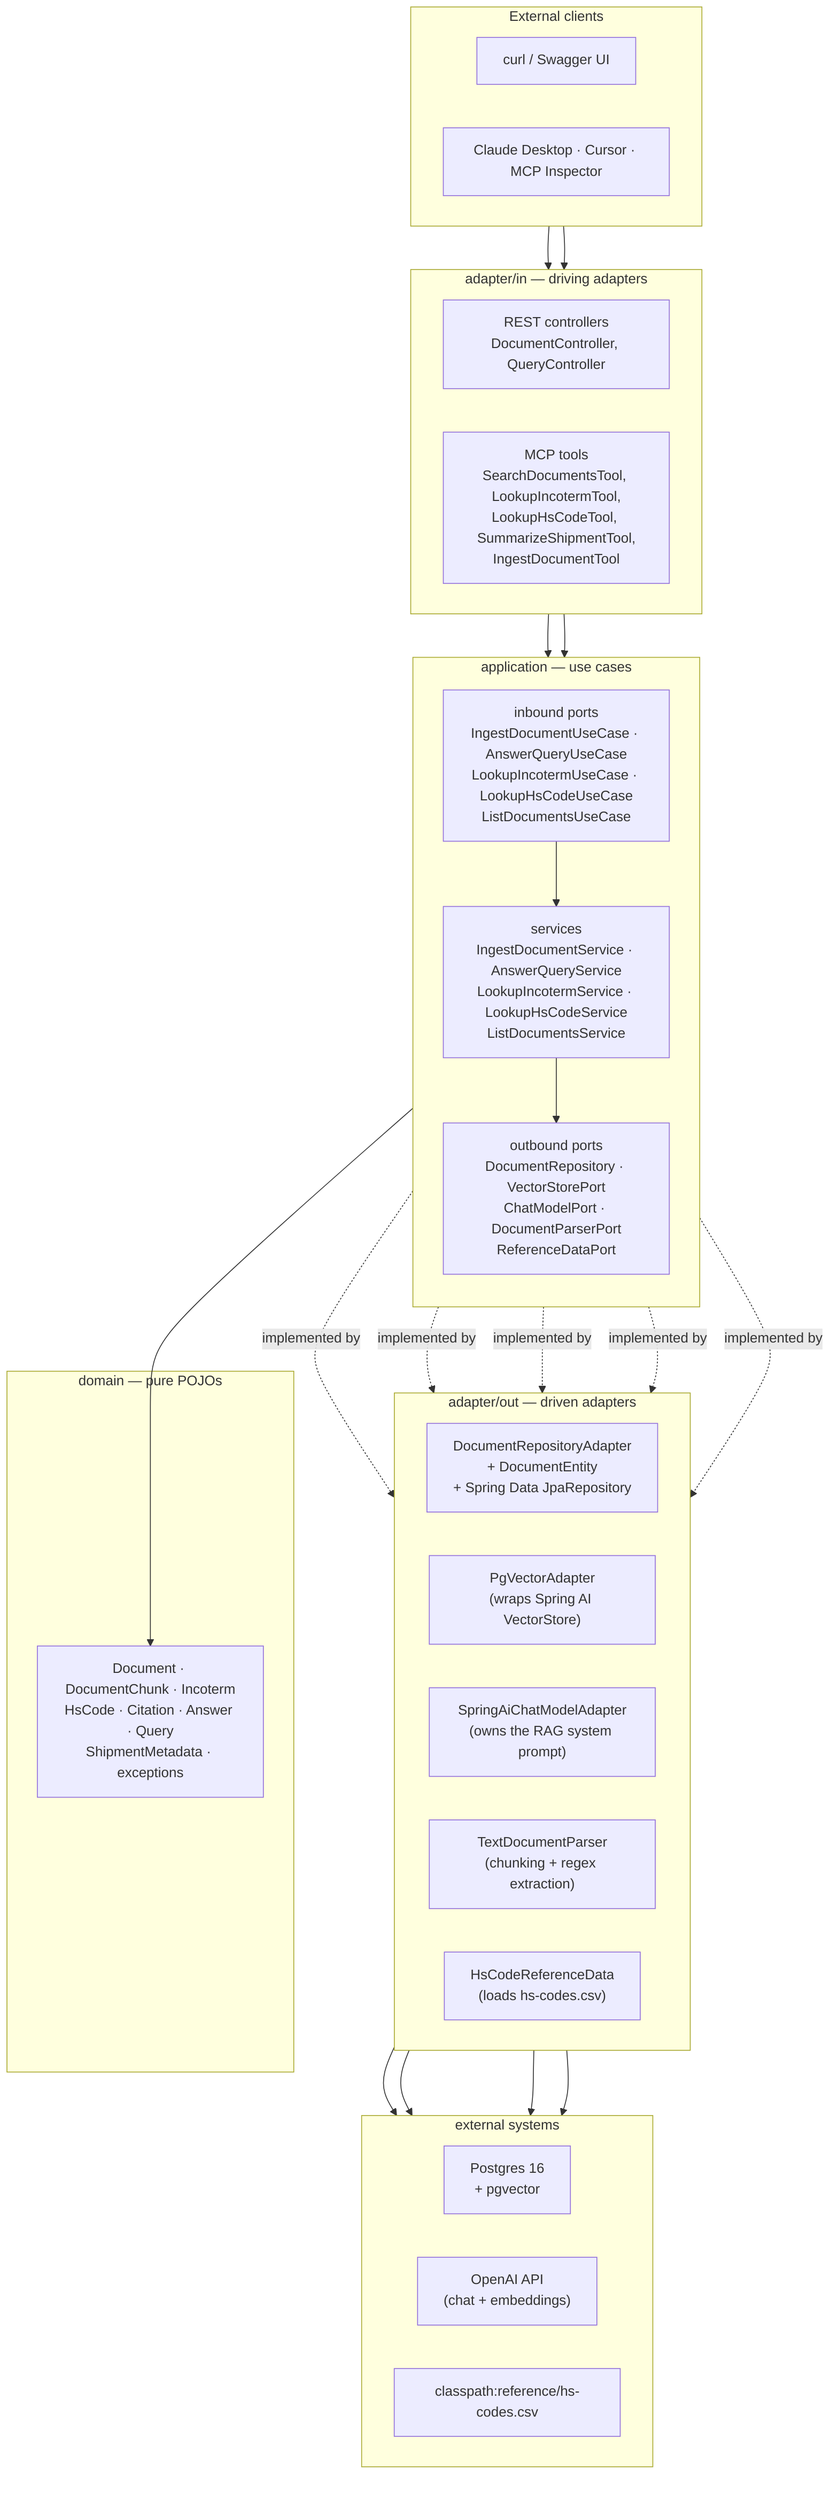
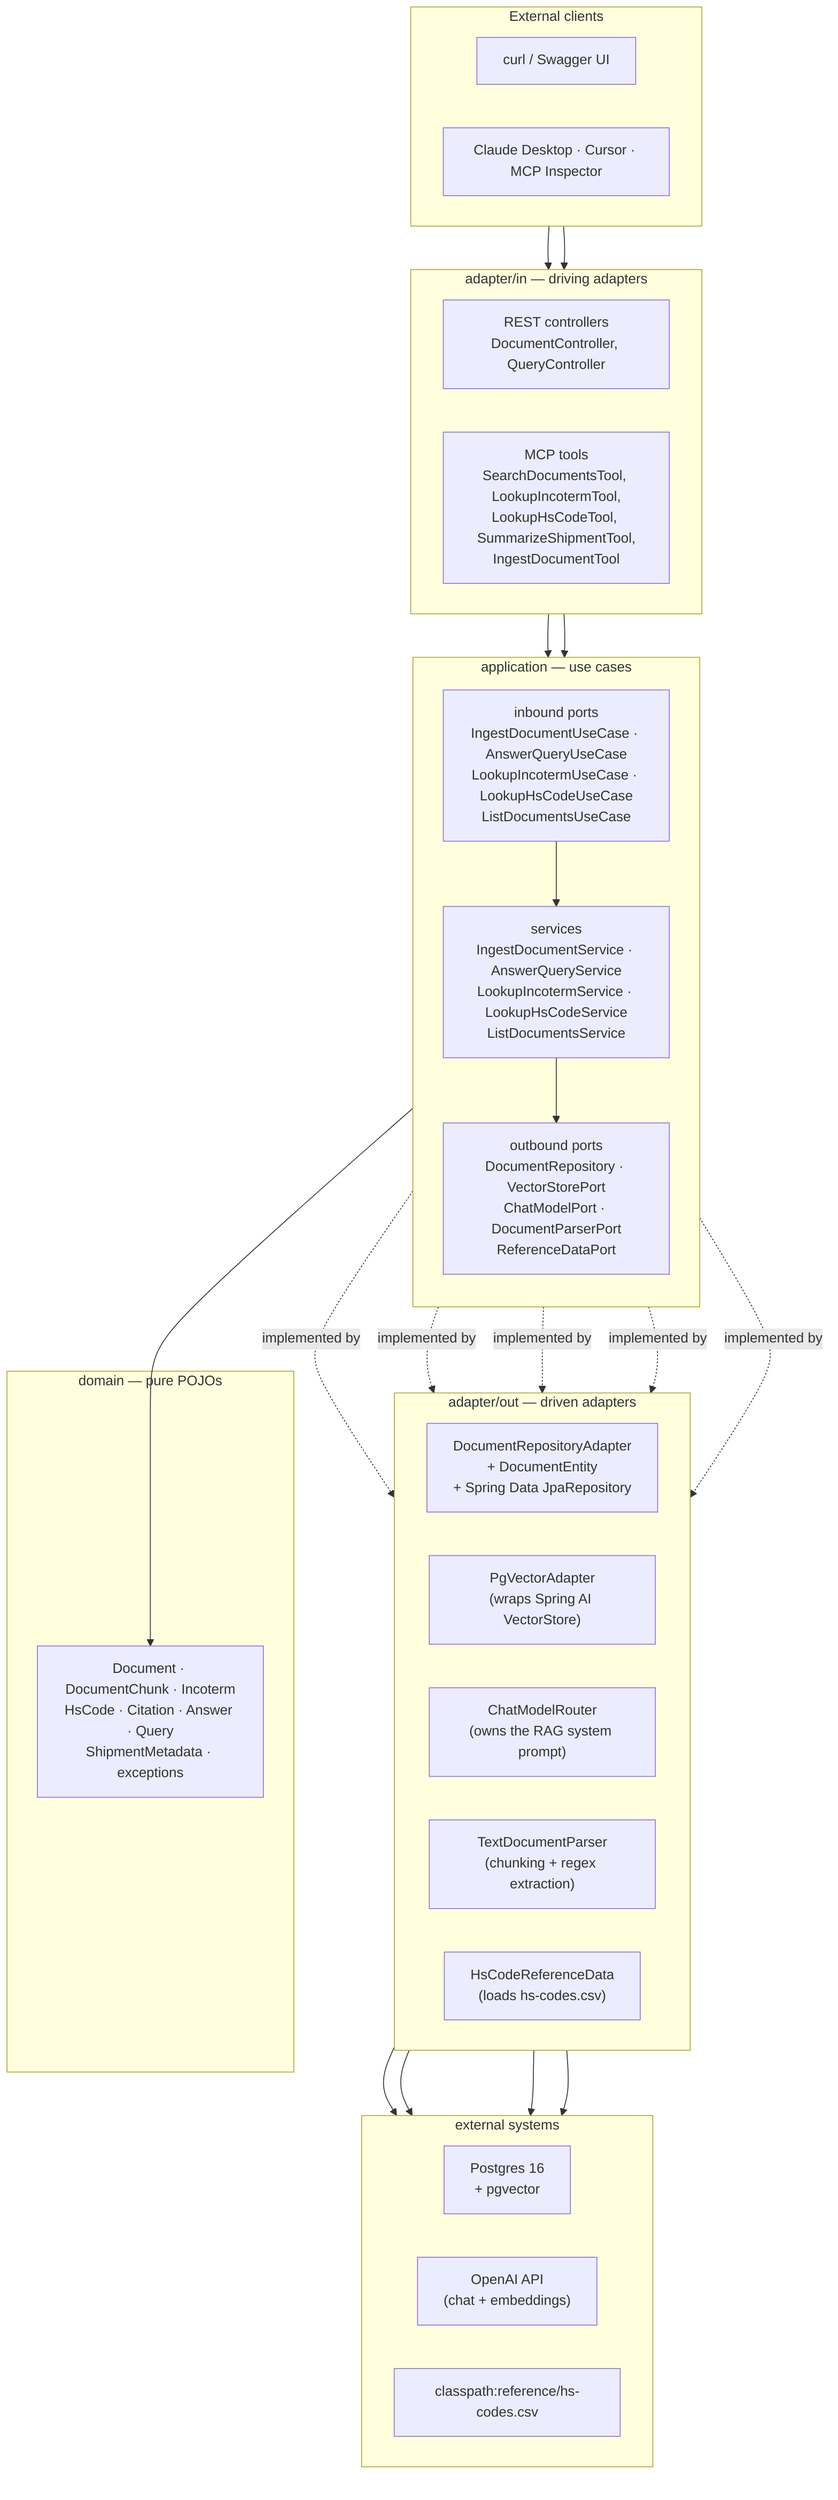
%% Embed in ARCHITECTURE.md or render to SVG with the Mermaid CLI:
%%   mmdc -i docs/diagrams/architecture.mmd -o docs/diagrams/architecture.svg
flowchart TB

  subgraph Clients["External clients"]
    direction LR
    Curl["curl / Swagger UI"]
    LLM["Claude Desktop · Cursor · MCP Inspector"]
  end

  subgraph Inbound["adapter/in — driving adapters"]
    direction LR
    REST["REST controllers<br/>DocumentController, QueryController"]
    MCP["MCP tools<br/>SearchDocumentsTool, LookupIncotermTool,<br/>LookupHsCodeTool, SummarizeShipmentTool,<br/>IngestDocumentTool"]
  end

  subgraph Application["application — use cases"]
    direction TB
    PortIn["inbound ports<br/>IngestDocumentUseCase · AnswerQueryUseCase<br/>LookupIncotermUseCase · LookupHsCodeUseCase<br/>ListDocumentsUseCase"]
    Services["services<br/>IngestDocumentService · AnswerQueryService<br/>LookupIncotermService · LookupHsCodeService<br/>ListDocumentsService"]
    PortOut["outbound ports<br/>DocumentRepository · VectorStorePort<br/>ChatModelPort · DocumentParserPort<br/>ReferenceDataPort"]
    PortIn --> Services --> PortOut
  end

  subgraph Domain["domain — pure POJOs"]
    DomainModel["Document · DocumentChunk · Incoterm<br/>HsCode · Citation · Answer · Query<br/>ShipmentMetadata · exceptions"]
  end

  subgraph Outbound["adapter/out — driven adapters"]
    direction LR
    JPA["DocumentRepositoryAdapter<br/>+ DocumentEntity<br/>+ Spring Data JpaRepository"]
    Vec["PgVectorAdapter<br/>(wraps Spring AI VectorStore)"]
-     AI["SpringAiChatModelAdapter<br/>(owns the RAG system prompt)"]
+     AI["ChatModelRouter<br/>(owns the RAG system prompt)"]
    Parser["TextDocumentParser<br/>(chunking + regex extraction)"]
    Ref["HsCodeReferenceData<br/>(loads hs-codes.csv)"]
  end

  subgraph Infra["external systems"]
    direction LR
    PG["Postgres 16<br/>+ pgvector"]
    OAI["OpenAI API<br/>(chat + embeddings)"]
    CSV["classpath:reference/hs-codes.csv"]
  end

  Curl --> REST
  LLM --> MCP
  REST --> PortIn
  MCP --> PortIn

  Services --> DomainModel
  PortOut -.implemented by.-> JPA
  PortOut -.implemented by.-> Vec
  PortOut -.implemented by.-> AI
  PortOut -.implemented by.-> Parser
  PortOut -.implemented by.-> Ref

  JPA --> PG
  Vec --> PG
  AI  --> OAI
  Ref --> CSV
